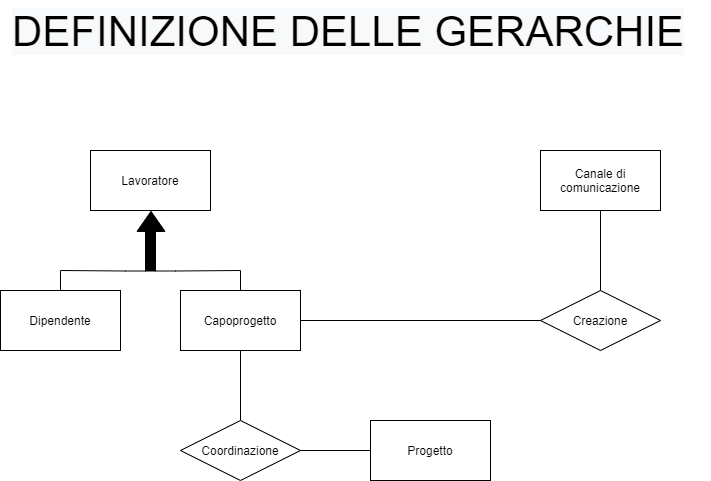
Before: Relazione/Schema ER/definizione-gerarchie.png, a diagram exported from draw.io (martafra/BD-Chat-Multicanale). Source tidied: cells renumbered, new cells last; positions are measured from the earlier drawing's top-left corner, leaving out a move shared by most shapes.
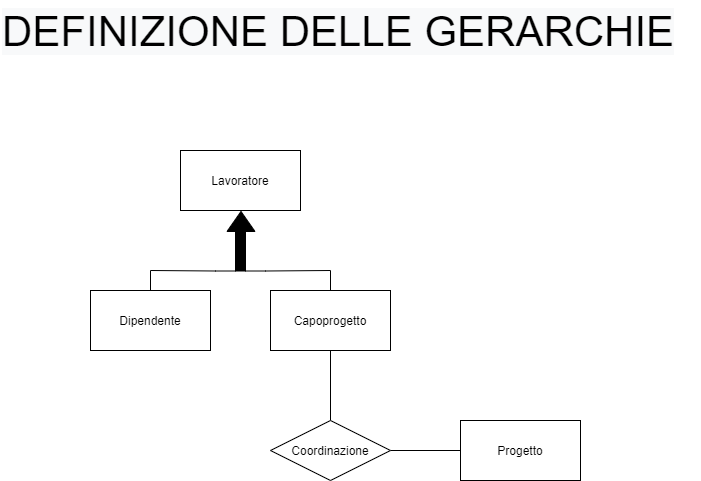
The same diagram one commit later.

Commit message:
rimozione dalla progettazione della relazione "creazione" relativa ai canali di comunicazione

Diff of the diagram source:
```diff
@@ -3,17 +3,8 @@
     <mxCell id="0" />
     <mxCell id="1" parent="0" />
     <mxCell id="2" value="&lt;span style=&quot;color: rgb(0 , 0 , 0) ; font-family: &amp;#34;helvetica&amp;#34; ; font-size: 42px ; font-style: normal ; font-weight: 400 ; letter-spacing: normal ; text-align: center ; text-indent: 0px ; text-transform: none ; word-spacing: 0px ; background-color: rgb(248 , 249 , 250) ; display: inline ; float: none&quot;&gt;DEFINIZIONE DELLE GERARCHIE&lt;/span&gt;" style="text;whiteSpace=wrap;html=1;fontSize=10;" parent="1" vertex="1">
-      <mxGeometry x="10" width="700" height="60" as="geometry" />
+      <mxGeometry x="-90" width="700" height="60" as="geometry" />
     </mxCell>
-    <mxCell id="3" value="Creazione" style="shape=rhombus;perimeter=rhombusPerimeter;whiteSpace=wrap;html=1;align=center;" parent="1" vertex="1">
-      <mxGeometry x="540" y="290" width="120" height="60" as="geometry" />
-    </mxCell>
-    <mxCell id="4" style="edgeStyle=orthogonalEdgeStyle;rounded=0;jettySize=auto;html=1;exitX=0.5;exitY=1;exitDx=0;exitDy=0;entryX=0.5;entryY=0;entryDx=0;entryDy=0;endArrow=none;endFill=0;fontSize=10;" parent="1" edge="1" source="5" target="3">
-      <mxGeometry relative="1" as="geometry" />
-    </mxCell>
-    <mxCell id="5" value="Canale di comunicazione" style="rounded=0;whiteSpace=wrap;html=1;" parent="1" vertex="1">
-      <mxGeometry x="540" y="150" width="120" height="60" as="geometry" />
-    </mxCell>
     <mxCell id="6" value="Lavoratore" style="rounded=0;whiteSpace=wrap;html=1;" parent="1" vertex="1">
       <mxGeometry x="90" y="150" width="120" height="60" as="geometry" />
     </mxCell>
@@ -42,9 +33,6 @@
     <mxCell id="11" value="Dipendente" style="rounded=0;whiteSpace=wrap;html=1;" parent="1" vertex="1">
       <mxGeometry y="290" width="120" height="60" as="geometry" />
     </mxCell>
-    <mxCell id="12" style="edgeStyle=orthogonalEdgeStyle;rounded=0;jettySize=auto;html=1;exitX=1;exitY=0.5;exitDx=0;exitDy=0;entryX=0;entryY=0.5;entryDx=0;entryDy=0;endArrow=none;endFill=0;" parent="1" edge="1" source="14" target="3">
-      <mxGeometry relative="1" as="geometry" />
-    </mxCell>
     <mxCell id="13" style="edgeStyle=orthogonalEdgeStyle;rounded=0;jettySize=auto;html=1;exitX=0.5;exitY=1;exitDx=0;exitDy=0;endArrow=none;endFill=0;fontSize=10;" parent="1" edge="1" source="14" target="17">
       <mxGeometry relative="1" as="geometry" />
     </mxCell>
```
